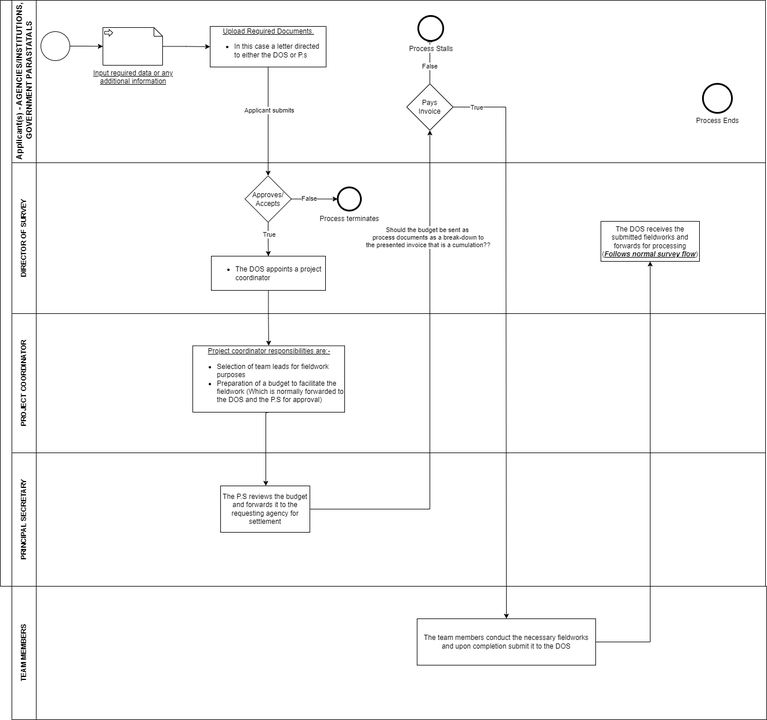
Earlier version of the draw.io export Internal-survey(public-side).drawio.png (pascalokoth/BPMN). Source tidied: cells renumbered, new cells last; positions are measured from the earlier drawing's top-left corner, leaving out a move shared by most shapes.
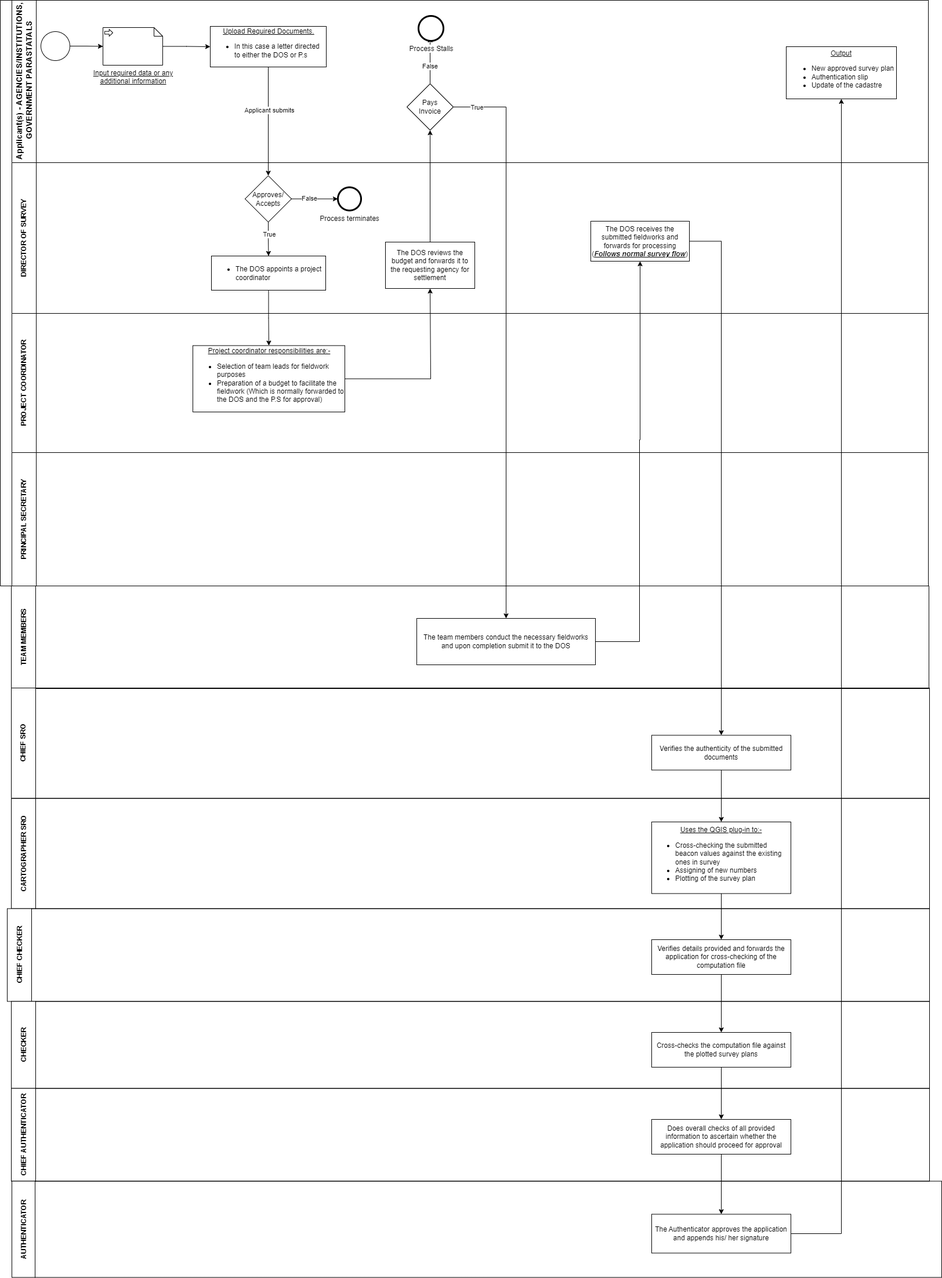
The same diagram one commit later.

The edit, as a diff of the source:
```diff
@@ -3,10 +3,10 @@
     <mxCell id="0" />
     <mxCell id="1" parent="0" />
     <mxCell id="2" style="swimlane;html=1;horizontal=0;startSize=20;whiteSpace=wrap;" parent="1" vertex="1">
-      <mxGeometry width="1320" height="1010" as="geometry" />
+      <mxGeometry width="1600" height="1010" as="geometry" />
     </mxCell>
     <mxCell id="3" value="&lt;font style=&quot;font-size: 14px;&quot;&gt;Applicant(s) - AGENCIES/INSTITUTIONS,&lt;br&gt;&amp;nbsp;GOVERNMENT PARASTATALS&lt;/font&gt;" style="swimlane;html=1;startSize=42;horizontal=0;align=center;" parent="2" vertex="1">
-      <mxGeometry x="20" width="1300" height="280" as="geometry" />
+      <mxGeometry x="20" width="1580" height="280" as="geometry" />
     </mxCell>
     <mxCell id="4" style="edgeStyle=orthogonalEdgeStyle;rounded=0;jettySize=auto;html=1;entryX=0;entryY=0.5;entryDx=0;entryDy=0;entryPerimeter=0;" parent="3" edge="1" source="5" target="8">
       <mxGeometry relative="1" as="geometry" />
@@ -37,9 +37,9 @@
     <mxCell id="12" value="Process Stalls" style="shape=mxgraph.bpmn.event;html=1;verticalLabelPosition=bottom;labelBackgroundColor=#ffffff;verticalAlign=top;align=center;perimeter=ellipsePerimeter;outline=end;symbol=terminate2;" parent="3" vertex="1">
       <mxGeometry x="701" y="27" width="43" height="43" as="geometry" />
     </mxCell>
-    <mxCell id="13" value="Process Ends" style="shape=mxgraph.bpmn.event;html=1;verticalLabelPosition=bottom;labelBackgroundColor=#ffffff;verticalAlign=top;align=center;perimeter=ellipsePerimeter;outline=end;symbol=terminate2;" parent="3" vertex="1">
-      <mxGeometry x="1192" y="144" width="50" height="50" as="geometry" />
-    </mxCell>
+    <mxCell id="38" value="&lt;u&gt;Output&lt;br&gt;&lt;/u&gt;&lt;div style=&quot;text-align: left;&quot;&gt;&lt;ul&gt;&lt;li&gt;&lt;span style=&quot;background-color: initial;&quot;&gt;New approved survey plan&lt;/span&gt;&lt;/li&gt;&lt;li&gt;&lt;span style=&quot;background-color: initial;&quot;&gt;Authentication slip&lt;/span&gt;&lt;/li&gt;&lt;li&gt;&lt;span style=&quot;background-color: initial;&quot;&gt;Update of the cadastre&lt;/span&gt;&lt;/li&gt;&lt;/ul&gt;&lt;/div&gt;" style="whiteSpace=wrap;html=1;" parent="3" vertex="1">
+      <mxGeometry x="1335" y="80" width="190" height="90" as="geometry" />
+    </mxCell>
     <mxCell id="14" style="edgeStyle=orthogonalEdgeStyle;rounded=0;jettySize=auto;html=1;" parent="2" edge="1" source="6" target="19">
       <mxGeometry relative="1" as="geometry" />
     </mxCell>
@@ -47,7 +47,7 @@
       <mxGeometry x="-0.21" y="1" relative="1" as="geometry" />
     </mxCell>
     <mxCell id="16" value="DIRECTOR OF SURVEY" style="swimlane;html=1;startSize=42;horizontal=0;" parent="2" vertex="1">
-      <mxGeometry x="20" y="280" width="1300" height="260" as="geometry" />
+      <mxGeometry x="20" y="280" width="1580" height="260" as="geometry" />
     </mxCell>
     <mxCell id="17" style="edgeStyle=orthogonalEdgeStyle;rounded=0;jettySize=auto;html=1;" parent="16" edge="1" source="19">
       <mxGeometry relative="1" as="geometry">
@@ -78,42 +78,42 @@
     <mxCell id="25" value="&lt;div style=&quot;text-align: center;&quot;&gt;&lt;u style=&quot;background-color: initial;&quot;&gt;Project coordinator responsibilities are:-&lt;/u&gt;&lt;/div&gt;&lt;ul&gt;&lt;li&gt;Selection of team leads for fieldwork purposes&lt;/li&gt;&lt;li&gt;Preparation of a budget to facilitate the fieldwork (Which is normally forwarded to the DOS and the P.S for approval)&lt;/li&gt;&lt;/ul&gt;" style="whiteSpace=wrap;html=1;align=left;" parent="16" vertex="1">
       <mxGeometry x="312" y="315.5" width="262" height="114.5" as="geometry" />
     </mxCell>
+    <mxCell id="31" value="The DOS reviews the budget and forwards it to the requesting agency for settlement" style="whiteSpace=wrap;html=1;" parent="16" vertex="1">
+      <mxGeometry x="644" y="137" width="154" height="80" as="geometry" />
+    </mxCell>
+    <mxCell id="27" style="edgeStyle=orthogonalEdgeStyle;rounded=0;jettySize=auto;html=1;entryX=0.5;entryY=1;entryDx=0;entryDy=0;exitX=1;exitY=0.5;exitDx=0;exitDy=0;" parent="16" edge="1" source="25" target="31">
+      <mxGeometry relative="1" as="geometry">
+        <Array as="points">
+          <mxPoint x="722" y="373" />
+        </Array>
+      </mxGeometry>
+    </mxCell>
     <mxCell id="26" value="PROJECT COORDINATOR" style="swimlane;html=1;startSize=42;horizontal=0;" parent="2" vertex="1">
-      <mxGeometry x="20" y="540" width="1300" height="240" as="geometry" />
+      <mxGeometry x="20" y="540" width="1580" height="240" as="geometry" />
     </mxCell>
-    <mxCell id="27" style="edgeStyle=orthogonalEdgeStyle;rounded=0;orthogonalLoop=1;jettySize=auto;html=1;" parent="2" edge="1">
-      <mxGeometry relative="1" as="geometry">
-        <mxPoint x="464" y="710" as="sourcePoint" />
-        <mxPoint x="458" y="837" as="targetPoint" />
-        <Array as="points">
-          <mxPoint x="464" y="711" />
-          <mxPoint x="458" y="711" />
-        </Array>
-      </mxGeometry>
-    </mxCell>
     <mxCell id="28" style="edgeStyle=orthogonalEdgeStyle;rounded=0;jettySize=auto;html=1;" parent="2" edge="1" source="31" target="11">
       <mxGeometry relative="1" as="geometry" />
     </mxCell>
-    <mxCell id="29" value="Should the budget be sent as&amp;nbsp;&lt;br&gt;process documents as a break-down to&lt;br&gt;the presented invoice that is a cumulation??" style="edgeLabel;html=1;align=center;verticalAlign=middle;" parent="28" vertex="1">
-      <mxGeometry x="0.57" y="4" relative="1" as="geometry" />
-    </mxCell>
     <mxCell id="30" value="PRINCIPAL SECRETARY" style="swimlane;html=1;startSize=42;horizontal=0;" parent="2" vertex="1">
-      <mxGeometry x="20" y="780" width="1300" height="230" as="geometry" />
+      <mxGeometry x="20" y="780" width="1580" height="230" as="geometry" />
     </mxCell>
-    <mxCell id="31" value="The P.S reviews the budget and forwards it to the requesting agency for settlement" style="whiteSpace=wrap;html=1;" parent="30" vertex="1">
-      <mxGeometry x="360" y="57" width="154" height="80" as="geometry" />
-    </mxCell>
     <mxCell id="32" value="TEAM MEMBERS" style="swimlane;html=1;startSize=42;horizontal=0;" parent="1" vertex="1">
-      <mxGeometry x="20" y="1010" width="1302" height="230" as="geometry" />
+      <mxGeometry x="19" y="1010" width="1582" height="177" as="geometry" />
     </mxCell>
     <mxCell id="33" style="edgeStyle=orthogonalEdgeStyle;rounded=0;jettySize=auto;html=1;" parent="32" edge="1" source="34" target="35">
-      <mxGeometry relative="1" as="geometry" />
+      <mxGeometry relative="1" as="geometry">
+        <Array as="points">
+          <mxPoint x="1083" y="96" />
+          <mxPoint x="1083" y="-252" />
+          <mxPoint x="1084" y="-252" />
+        </Array>
+      </mxGeometry>
     </mxCell>
     <mxCell id="34" value="The team members conduct the necessary fieldworks and upon completion submit it to the DOS" style="whiteSpace=wrap;html=1;" parent="32" vertex="1">
       <mxGeometry x="699" y="56" width="308" height="80" as="geometry" />
     </mxCell>
     <mxCell id="35" value="The DOS receives the submitted fieldworks and forwards for processing&lt;br&gt;(&lt;b&gt;&lt;i&gt;&lt;u&gt;Follows normal survey flow&lt;/u&gt;&lt;/i&gt;&lt;/b&gt;)" style="whiteSpace=wrap;html=1;" parent="32" vertex="1">
-      <mxGeometry x="1016" y="-629" width="170" height="69" as="geometry" />
+      <mxGeometry x="999" y="-629" width="170" height="69" as="geometry" />
     </mxCell>
     <mxCell id="36" style="edgeStyle=orthogonalEdgeStyle;rounded=0;jettySize=auto;html=1;entryX=0.5;entryY=0;entryDx=0;entryDy=0;" parent="1" edge="1" source="11" target="34">
       <mxGeometry relative="1" as="geometry">
@@ -126,5 +126,107 @@
     <mxCell id="37" value="True" style="edgeLabel;html=1;align=center;verticalAlign=middle;" parent="36" vertex="1">
       <mxGeometry x="-0.92" relative="1" as="geometry" />
     </mxCell>
+    <mxCell id="39" style="edgeStyle=orthogonalEdgeStyle;rounded=0;jettySize=auto;html=1;entryX=0.5;entryY=0;entryDx=0;entryDy=0;exitX=1;exitY=0.5;exitDx=0;exitDy=0;" parent="1" edge="1" source="35" target="65">
+      <mxGeometry relative="1" as="geometry" />
+    </mxCell>
+    <mxCell id="40" value="&lt;font style=&quot;&quot;&gt;CARTOGRAPHER SRO&lt;br&gt;&lt;/font&gt;" style="swimlane;html=1;startSize=42;horizontal=0;align=center;" parent="1" vertex="1">
+      <mxGeometry x="19" y="1376.5" width="1583" height="190" as="geometry" />
+    </mxCell>
+    <mxCell id="41" style="edgeStyle=orthogonalEdgeStyle;rounded=0;orthogonalLoop=1;jettySize=auto;html=1;" parent="40" edge="1">
+      <mxGeometry relative="1" as="geometry">
+        <mxPoint x="260" y="112.5" as="sourcePoint" />
+      </mxGeometry>
+    </mxCell>
+    <mxCell id="42" style="edgeStyle=orthogonalEdgeStyle;rounded=0;orthogonalLoop=1;jettySize=auto;html=1;" parent="40" edge="1">
+      <mxGeometry relative="1" as="geometry">
+        <mxPoint x="790" y="236" as="targetPoint" />
+      </mxGeometry>
+    </mxCell>
+    <mxCell id="43" value="True" style="edgeLabel;html=1;align=center;verticalAlign=middle;" parent="42" vertex="1">
+      <mxGeometry x="-0.05" y="2" relative="1" as="geometry" />
+    </mxCell>
+    <mxCell id="44" style="edgeStyle=orthogonalEdgeStyle;rounded=0;orthogonalLoop=1;jettySize=auto;html=1;" parent="40" edge="1">
+      <mxGeometry relative="1" as="geometry">
+        <mxPoint x="885" y="337" as="targetPoint" />
+      </mxGeometry>
+    </mxCell>
+    <mxCell id="45" value="False" style="edgeLabel;html=1;align=center;verticalAlign=middle;" parent="44" vertex="1">
+      <mxGeometry x="-0.52" y="2" relative="1" as="geometry">
+        <mxPoint x="8" as="offset" />
+      </mxGeometry>
+    </mxCell>
+    <mxCell id="46" style="edgeStyle=orthogonalEdgeStyle;rounded=0;orthogonalLoop=1;jettySize=auto;html=1;" parent="40" edge="1">
+      <mxGeometry relative="1" as="geometry">
+        <mxPoint x="830" y="196" as="sourcePoint" />
+      </mxGeometry>
+    </mxCell>
+    <mxCell id="47" value="False" style="edgeLabel;html=1;align=center;verticalAlign=middle;" parent="46" vertex="1">
+      <mxGeometry x="-0.35" y="1" relative="1" as="geometry">
+        <mxPoint x="4" as="offset" />
+      </mxGeometry>
+    </mxCell>
+    <mxCell id="48" value="CHIEF CHECKER" style="swimlane;html=1;startSize=42;horizontal=0;" parent="1" vertex="1">
+      <mxGeometry x="12" y="1566.5" width="1590" height="160" as="geometry" />
+    </mxCell>
+    <mxCell id="49" style="edgeStyle=orthogonalEdgeStyle;rounded=0;orthogonalLoop=1;jettySize=auto;html=1;" parent="48" edge="1">
+      <mxGeometry relative="1" as="geometry">
+        <mxPoint x="541" y="102.5" as="sourcePoint" />
+      </mxGeometry>
+    </mxCell>
+    <mxCell id="50" value="True" style="edgeLabel;html=1;align=center;verticalAlign=middle;" parent="49" vertex="1">
+      <mxGeometry x="-0.3" y="1" relative="1" as="geometry" />
+    </mxCell>
+    <mxCell id="51" value="CHECKER" style="swimlane;html=1;startSize=42;horizontal=0;" parent="1" vertex="1">
+      <mxGeometry x="19" y="1726.5" width="1583" height="150" as="geometry" />
+    </mxCell>
+    <mxCell id="52" value="CHIEF AUTHENTICATOR" style="swimlane;html=1;startSize=42;horizontal=0;" parent="1" vertex="1">
+      <mxGeometry x="19" y="1876.5" width="1583" height="160" as="geometry" />
+    </mxCell>
+    <mxCell id="53" style="edgeStyle=orthogonalEdgeStyle;rounded=0;jettySize=auto;html=1;" parent="1" edge="1" source="54" target="56">
+      <mxGeometry relative="1" as="geometry" />
+    </mxCell>
+    <mxCell id="54" value="&lt;u&gt;Uses the QGIS plug-in to:-&lt;/u&gt;&lt;br&gt;&lt;ul&gt;&lt;li style=&quot;text-align: left;&quot;&gt;Cross-checking the submitted beacon values against the existing ones in survey&lt;/li&gt;&lt;li style=&quot;text-align: left;&quot;&gt;Assigning of new numbers&lt;/li&gt;&lt;li style=&quot;text-align: left;&quot;&gt;Plotting of the survey plan&lt;/li&gt;&lt;/ul&gt;" style="whiteSpace=wrap;html=1;" parent="1" vertex="1">
+      <mxGeometry x="1123" y="1417" width="240" height="123.5" as="geometry" />
+    </mxCell>
+    <mxCell id="55" style="edgeStyle=orthogonalEdgeStyle;rounded=0;jettySize=auto;html=1;" parent="1" edge="1" source="56" target="58">
+      <mxGeometry relative="1" as="geometry" />
+    </mxCell>
+    <mxCell id="56" value="Verifies details provided and forwards the application for cross-checking of the computation file" style="whiteSpace=wrap;html=1;" parent="1" vertex="1">
+      <mxGeometry x="1123" y="1620" width="240" height="60" as="geometry" />
+    </mxCell>
+    <mxCell id="57" style="edgeStyle=orthogonalEdgeStyle;rounded=0;jettySize=auto;html=1;" parent="1" edge="1" source="58" target="60">
+      <mxGeometry relative="1" as="geometry" />
+    </mxCell>
+    <mxCell id="58" value="Cross-checks the computation file against the plotted survey plans" style="whiteSpace=wrap;html=1;" parent="1" vertex="1">
+      <mxGeometry x="1123" y="1780" width="240" height="60" as="geometry" />
+    </mxCell>
+    <mxCell id="59" style="edgeStyle=orthogonalEdgeStyle;rounded=0;jettySize=auto;html=1;" parent="1" edge="1" source="60" target="62">
+      <mxGeometry relative="1" as="geometry" />
+    </mxCell>
+    <mxCell id="60" value="Does overall checks of all provided information to ascertain whether the application should proceed for approval" style="whiteSpace=wrap;html=1;" parent="1" vertex="1">
+      <mxGeometry x="1123" y="1930" width="240" height="60" as="geometry" />
+    </mxCell>
+    <mxCell id="61" style="edgeStyle=orthogonalEdgeStyle;rounded=0;jettySize=auto;html=1;entryX=0.5;entryY=1;entryDx=0;entryDy=0;" parent="1" edge="1" source="62" target="38">
+      <mxGeometry relative="1" as="geometry">
+        <Array as="points">
+          <mxPoint x="1450" y="2127" />
+        </Array>
+      </mxGeometry>
+    </mxCell>
+    <mxCell id="62" value="The Authenticator approves the application and appends his/ her signature" style="whiteSpace=wrap;html=1;align=center;" parent="1" vertex="1">
+      <mxGeometry x="1123" y="2093.5" width="240" height="67" as="geometry" />
+    </mxCell>
+    <mxCell id="63" value="AUTHENTICATOR" style="swimlane;horizontal=0;whiteSpace=wrap;html=1;startSize=40;" parent="1" vertex="1">
+      <mxGeometry x="20" y="2036.5" width="1603" height="166" as="geometry" />
+    </mxCell>
+    <mxCell id="64" value="CHIEF SRO" style="swimlane;html=1;startSize=42;horizontal=0;" parent="1" vertex="1">
+      <mxGeometry x="19" y="1186" width="1583" height="190" as="geometry" />
+    </mxCell>
+    <mxCell id="65" value="Verifies the authenticity of the submitted documents" style="whiteSpace=wrap;html=1;" parent="64" vertex="1">
+      <mxGeometry x="1104" y="81.5" width="240" height="60" as="geometry" />
+    </mxCell>
+    <mxCell id="66" style="edgeStyle=orthogonalEdgeStyle;rounded=0;jettySize=auto;html=1;" parent="1" edge="1" source="65" target="54">
+      <mxGeometry relative="1" as="geometry" />
+    </mxCell>
   </root>
 </mxGraphModel>
```
